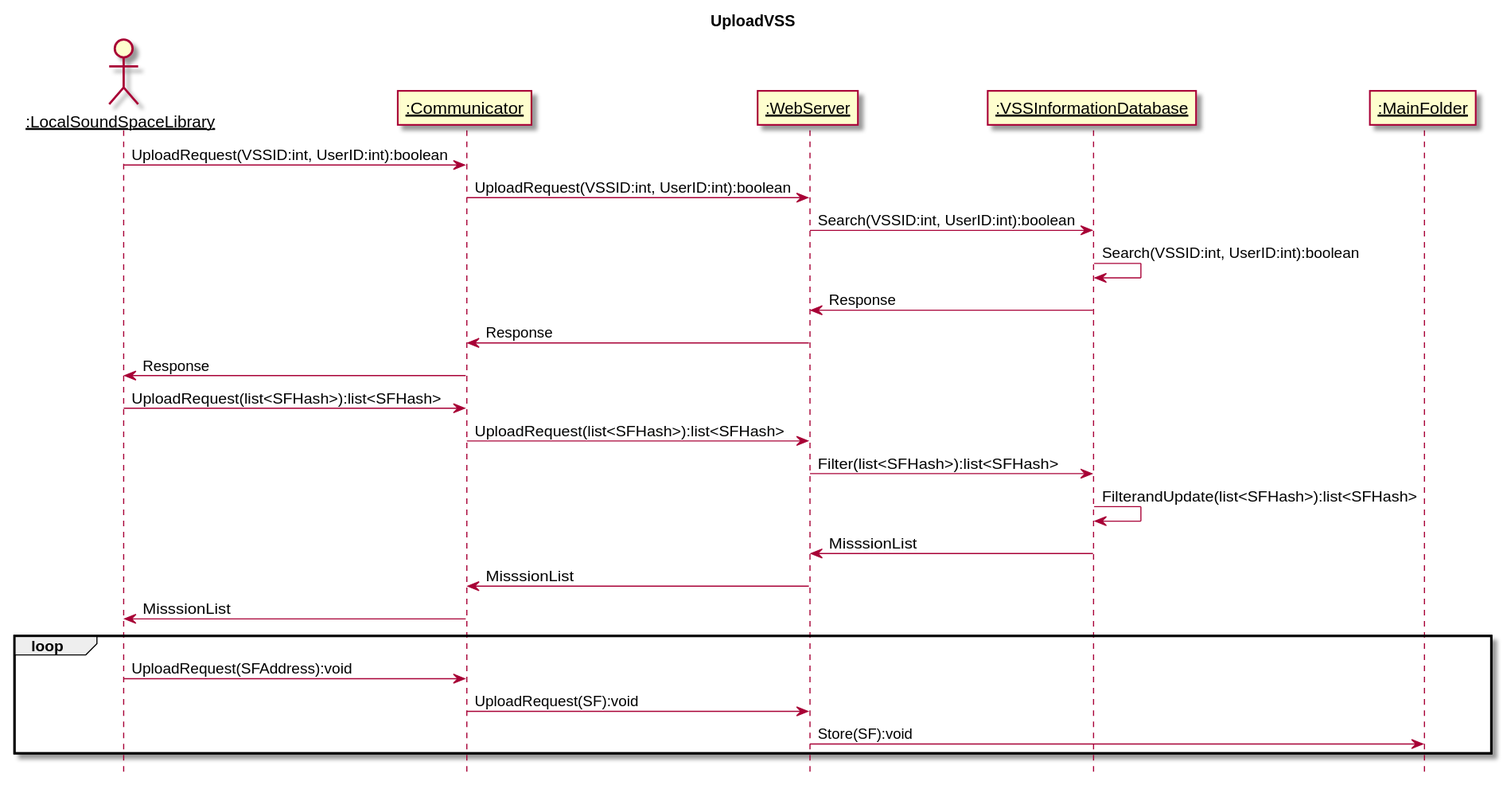
This is 设计/Diagrams/UploadVSSServerSequenceDiagram.svg from kpp19920121/doc, a PlantUML export, as it was before one commit.
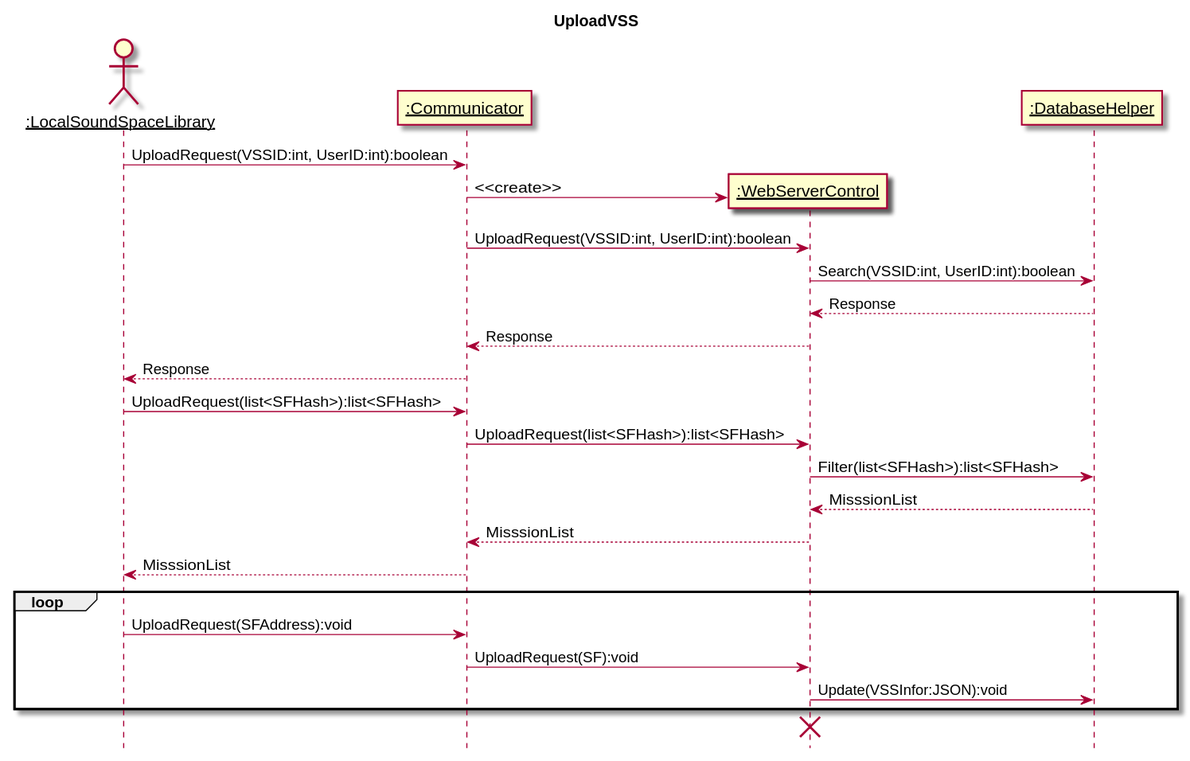
Later version of the same file.

The edit, as a diff of the source:
```diff
@@ -4,26 +4,26 @@
 skinparam sequenceParticipant underline
 actor ":LocalSoundSpaceLibrary" as Client
 participant ":Communicator" as Communicator
-participant ":WebServer" as WebServer
-participant ":VSSInformationDatabase" as VSSInformationDatabase
-participant ":MainFolder" as MainFolder
+participant ":WebServerControl" as WebServer
+participant ":DatabaseHelper" as VSSInformationDatabase
 Client->Communicator:UploadRequest(VSSID:int, UserID:int):boolean
+create WebServer
+Communicator->WebServer:<<create>>
 Communicator->WebServer:UploadRequest(VSSID:int, UserID:int):boolean
 WebServer->VSSInformationDatabase:Search(VSSID:int, UserID:int):boolean
-VSSInformationDatabase->VSSInformationDatabase:Search(VSSID:int, UserID:int):boolean
-VSSInformationDatabase->WebServer:Response
-WebServer->Communicator:Response
-Communicator->Client:Response
+VSSInformationDatabase-->WebServer:Response
+WebServer-->Communicator:Response
+Communicator-->Client:Response
 Client->Communicator:UploadRequest(list<SFHash>):list<SFHash>
 Communicator->WebServer:UploadRequest(list<SFHash>):list<SFHash>
 WebServer->VSSInformationDatabase:Filter(list<SFHash>):list<SFHash>
-VSSInformationDatabase->VSSInformationDatabase:FilterandUpdate(list<SFHash>):list<SFHash>
-VSSInformationDatabase->WebServer:MisssionList
-WebServer->Communicator:MisssionList
-Communicator->Client:MisssionList
+VSSInformationDatabase-->WebServer:MisssionList
+WebServer-->Communicator:MisssionList
+Communicator-->Client:MisssionList
 loop
   Client->Communicator:UploadRequest(SFAddress):void
   Communicator->WebServer:UploadRequest(SF):void
-  WebServer->MainFolder:Store(SF):void
+  WebServer->VSSInformationDatabase:Update(VSSInfor:JSON):void
 end
+destroy WebServer
 @enduml
```
